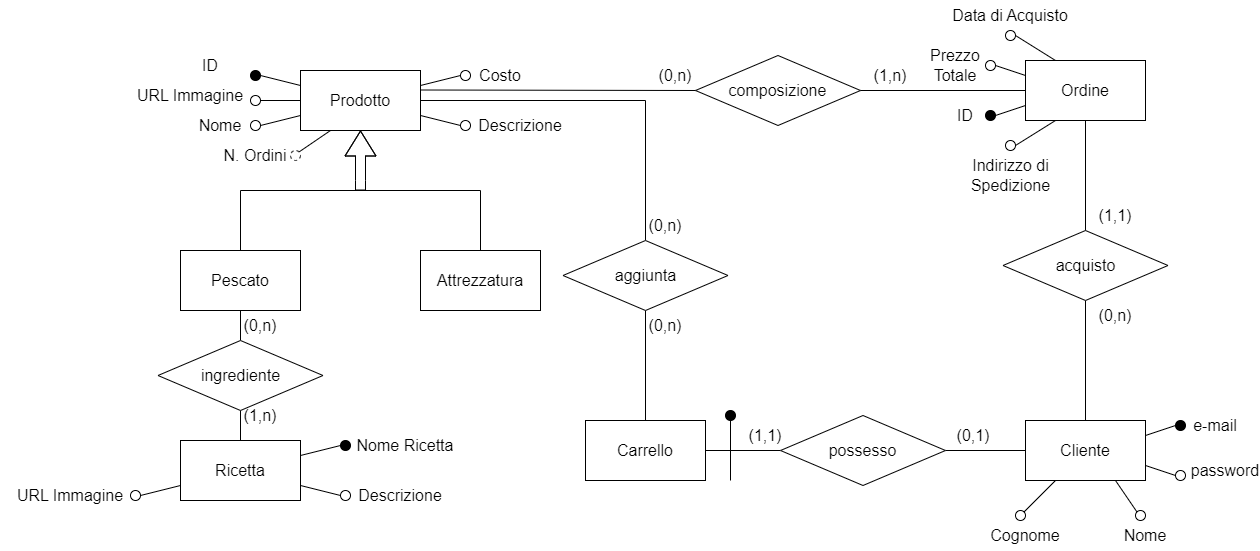
The draw.io diagram CyberFishER.png in ClaudioGaudino/project_cyber_fish, before a commit. Source tidied: cells renumbered, new cells last; positions are measured from the earlier drawing's top-left corner, leaving out a move shared by most shapes.
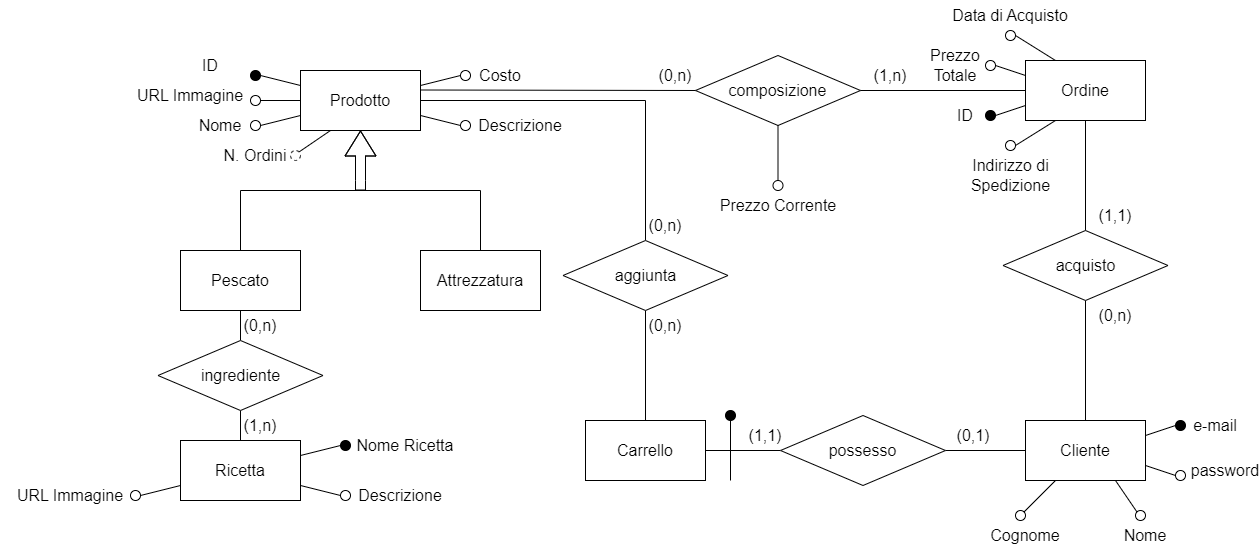
Later version of the same file.

What changed in the source:
```diff
@@ -153,7 +153,7 @@
       <mxGeometry x="230" y="310" width="60" height="30" as="geometry" />
     </mxCell>
     <mxCell id="46" value="(1,n)" style="text;html=1;strokeColor=none;fillColor=none;align=center;verticalAlign=middle;whiteSpace=wrap;rounded=0;fontSize=16;" parent="1" vertex="1">
-      <mxGeometry x="230" y="400" width="60" height="30" as="geometry" />
+      <mxGeometry x="230" y="410" width="60" height="30" as="geometry" />
     </mxCell>
     <mxCell id="47" style="endArrow=none;html=1;rounded=0;fontSize=12;startSize=8;endSize=8;curved=1;entryX=0.25;entryY=1;entryDx=0;entryDy=0;exitX=1;exitY=0;exitDx=0;exitDy=0;" parent="1" edge="1" source="48" target="2">
       <mxGeometry relative="1" as="geometry" />
@@ -295,5 +295,14 @@
     <mxCell id="92" value="possesso" style="rhombus;whiteSpace=wrap;html=1;fontSize=16;" parent="1" vertex="1">
       <mxGeometry x="780" y="415" width="165" height="70" as="geometry" />
     </mxCell>
+    <mxCell id="93" style="endArrow=none;html=1;rounded=0;fontSize=12;startSize=8;endSize=8;curved=1;entryX=0.5;entryY=1;entryDx=0;entryDy=0;exitX=0.5;exitY=0;exitDx=0;exitDy=0;" parent="1" edge="1" source="94" target="25">
+      <mxGeometry relative="1" as="geometry" />
+    </mxCell>
+    <mxCell id="94" style="ellipse;whiteSpace=wrap;html=1;fontSize=16;" parent="1" vertex="1">
+      <mxGeometry x="772.5" y="180" width="10" height="10" as="geometry" />
+    </mxCell>
+    <mxCell id="95" value="Prezzo Corrente" style="text;html=1;strokeColor=none;fillColor=none;align=center;verticalAlign=middle;whiteSpace=wrap;rounded=0;fontSize=16;" parent="1" vertex="1">
+      <mxGeometry x="717.5" y="190" width="120" height="30" as="geometry" />
+    </mxCell>
   </root>
 </mxGraphModel>
```
